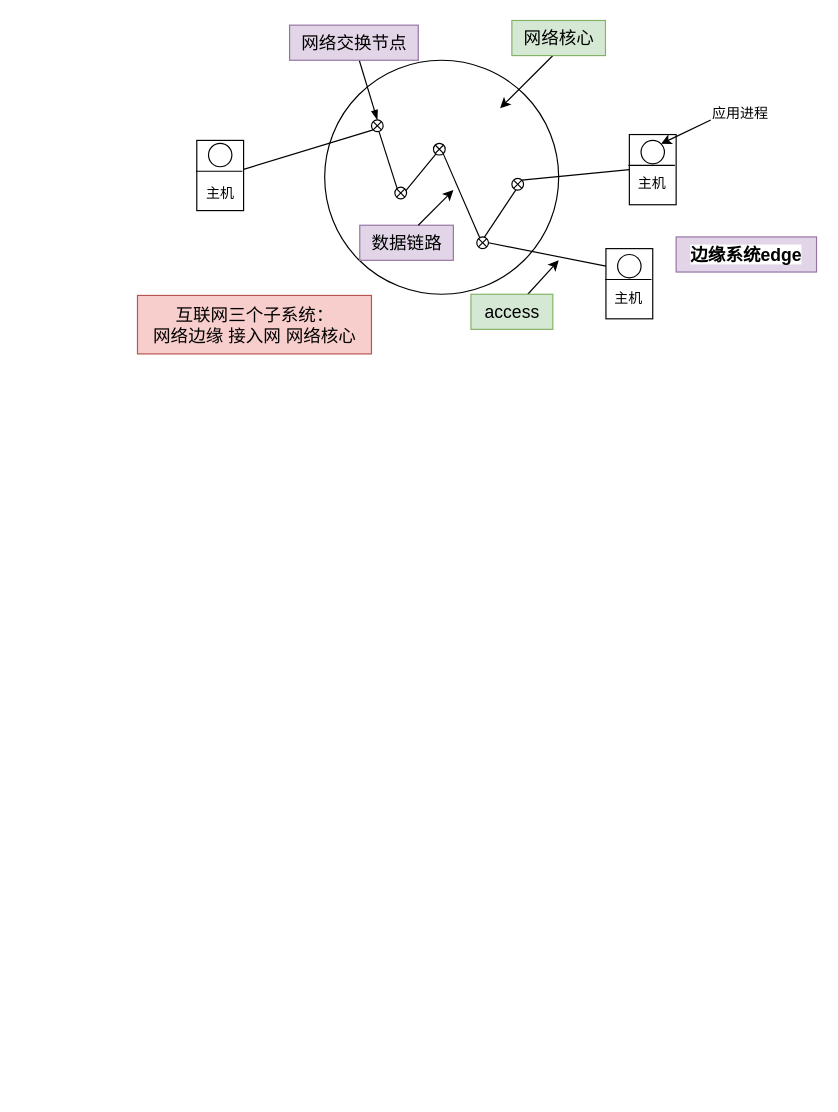
This is 未命名绘图.drawio from Oxidaner/MyDraw, a draw.io file, before an edit. Source tidied: cells renumbered, new cells numbered last; positions are measured from the earlier drawing's top-left corner, leaving out a move shared by most shapes. Both pictures are drawn from the tidied source at 117%, with x=0, y=0 at pixel (137, 20).
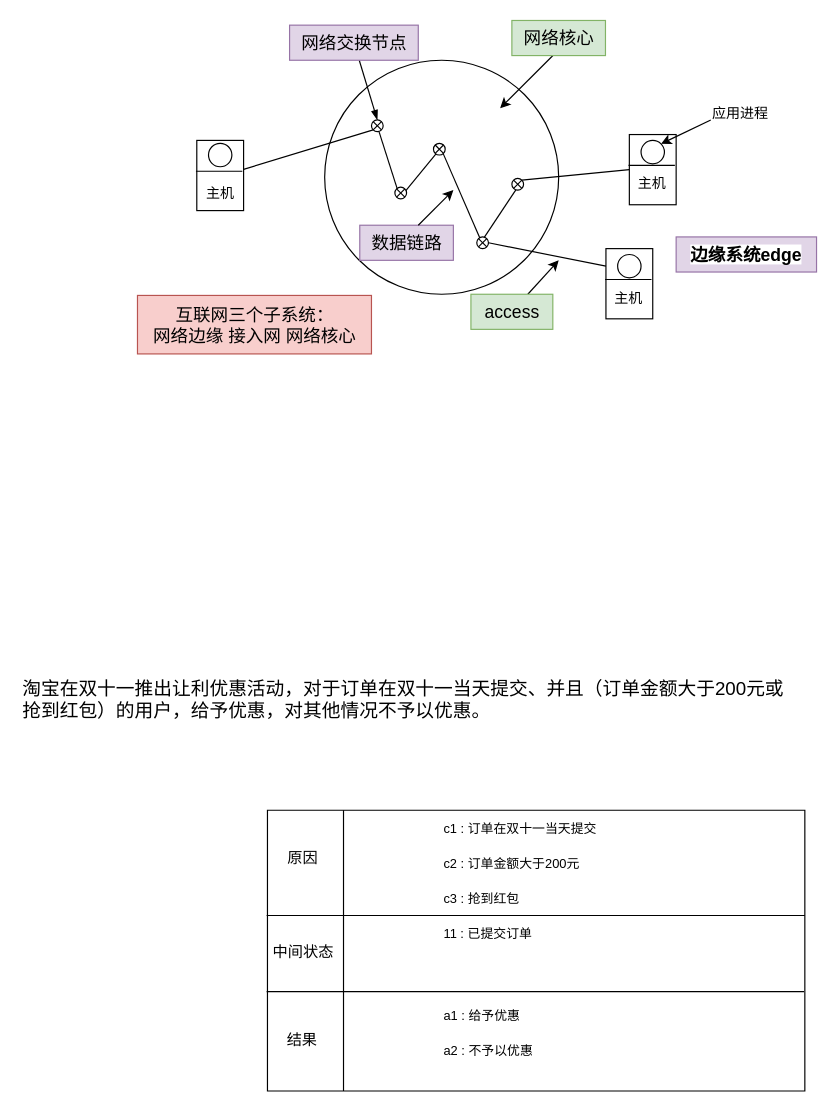
After the change.

What changed in the source:
```diff
@@
+    <mxCell id="39" value="&lt;span style=&quot;font-size: 16px;&quot;&gt;淘宝在双十一推出让利优惠活动，对于订单在双十一当天提交、并且（订单金额大于&lt;span lang=&quot;EN-US&quot;&gt;200&lt;/span&gt;元或抢到红包）的用户，给予优惠，对其他情况不予以优惠。&lt;/span&gt;" style="text;whiteSpace=wrap;html=1;" parent="1" vertex="1">
+      <mxGeometry x="-100" y="555" width="660" height="50" as="geometry" />
+    </mxCell>
+    <mxCell id="40" style="group;" parent="1" vertex="1">
+      <mxGeometry x="110.4" y="675" width="463.6" height="240" as="geometry" />
+    </mxCell>
+    <mxCell id="41" style="verticalLabelPosition=bottom;verticalAlign=top;html=1;shape=mxgraph.basic.rect;fillColor2=none;strokeWidth=1;size=20;indent=5;fontSize=16;" parent="40" vertex="1">
+      <mxGeometry x="0.7" width="459.3" height="240" as="geometry" />
+    </mxCell>
+    <mxCell id="42" style="line;strokeWidth=1;html=1;perimeter=backbonePerimeter;fontSize=16;" parent="40" vertex="1">
+      <mxGeometry y="85" width="460" height="10" as="geometry" />
+    </mxCell>
+    <mxCell id="43" style="line;strokeWidth=1;html=1;perimeter=backbonePerimeter;fontSize=16;" parent="40" vertex="1">
+      <mxGeometry y="150" width="459.3" height="10" as="geometry" />
+    </mxCell>
+    <mxCell id="44" style="line;strokeWidth=1;direction=south;html=1;perimeter=backbonePerimeter;fontSize=16;" parent="40" vertex="1">
+      <mxGeometry x="60.7" width="10" height="240" as="geometry" />
+    </mxCell>
+    <mxCell id="45" value="&lt;font style=&quot;font-size: 13px;&quot;&gt;原因&lt;/font&gt;" style="text;html=1;strokeColor=none;fillColor=none;align=center;verticalAlign=middle;whiteSpace=wrap;rounded=0;strokeWidth=1;fontSize=16;" parent="40" vertex="1">
+      <mxGeometry x="1.4" y="20" width="59.3" height="40" as="geometry" />
+    </mxCell>
+    <mxCell id="46" value="&lt;font style=&quot;font-size: 13px;&quot;&gt;中间状态&lt;/font&gt;" style="text;html=1;strokeColor=none;fillColor=none;align=center;verticalAlign=middle;whiteSpace=wrap;rounded=0;strokeWidth=1;fontSize=16;" parent="40" vertex="1">
+      <mxGeometry x="1.4" y="105" width="60" height="30" as="geometry" />
+    </mxCell>
+    <mxCell id="47" value="&lt;font style=&quot;font-size: 13px;&quot;&gt;结果&lt;/font&gt;" style="text;html=1;strokeColor=none;fillColor=none;align=center;verticalAlign=middle;whiteSpace=wrap;rounded=0;strokeWidth=1;fontSize=16;" parent="40" vertex="1">
+      <mxGeometry x="0.7" y="180" width="60" height="30" as="geometry" />
+    </mxCell>
+    <mxCell id="48" value="&lt;font style=&quot;font-size: 11px;&quot;&gt;c1 : 订单在双十一当天提交&lt;/font&gt;" style="text;html=1;strokeColor=none;fillColor=none;align=left;verticalAlign=middle;whiteSpace=wrap;rounded=0;strokeWidth=1;fontSize=13;" parent="40" vertex="1">
+      <mxGeometry x="150" width="310" height="30" as="geometry" />
+    </mxCell>
+    <mxCell id="49" value="&lt;font style=&quot;font-size: 11px;&quot;&gt;c2 : 订单金额大于200元&lt;/font&gt;" style="text;html=1;strokeColor=none;fillColor=none;align=left;verticalAlign=middle;whiteSpace=wrap;rounded=0;strokeWidth=1;fontSize=13;" parent="40" vertex="1">
+      <mxGeometry x="150" y="30" width="310" height="30" as="geometry" />
+    </mxCell>
+    <mxCell id="50" value="&lt;font style=&quot;font-size: 11px;&quot;&gt;c3 : 抢到红包&lt;/font&gt;" style="text;html=1;strokeColor=none;fillColor=none;align=left;verticalAlign=middle;whiteSpace=wrap;rounded=0;strokeWidth=1;fontSize=13;" parent="40" vertex="1">
+      <mxGeometry x="150" y="60" width="310" height="30" as="geometry" />
+    </mxCell>
+    <mxCell id="51" value="&lt;font style=&quot;font-size: 11px;&quot;&gt;11 : 已提交订单&lt;/font&gt;" style="text;html=1;strokeColor=none;fillColor=none;align=left;verticalAlign=middle;whiteSpace=wrap;rounded=0;strokeWidth=1;fontSize=13;" parent="40" vertex="1">
+      <mxGeometry x="150" y="90" width="310" height="30" as="geometry" />
+    </mxCell>
+    <mxCell id="52" value="&lt;font style=&quot;font-size: 11px;&quot;&gt;a1 : 给予优惠&lt;/font&gt;" style="text;html=1;strokeColor=none;fillColor=none;align=left;verticalAlign=middle;whiteSpace=wrap;rounded=0;strokeWidth=1;fontSize=13;" parent="40" vertex="1">
+      <mxGeometry x="149.3" y="160" width="310" height="30" as="geometry" />
+    </mxCell>
+    <mxCell id="53" value="&lt;font style=&quot;font-size: 11px;&quot;&gt;a2 : 不予以优惠&lt;/font&gt;" style="text;html=1;strokeColor=none;fillColor=none;align=left;verticalAlign=middle;whiteSpace=wrap;rounded=0;strokeWidth=1;fontSize=13;" parent="40" vertex="1">
+      <mxGeometry x="149.3" y="190" width="310" height="30" as="geometry" />
+    </mxCell>
```
